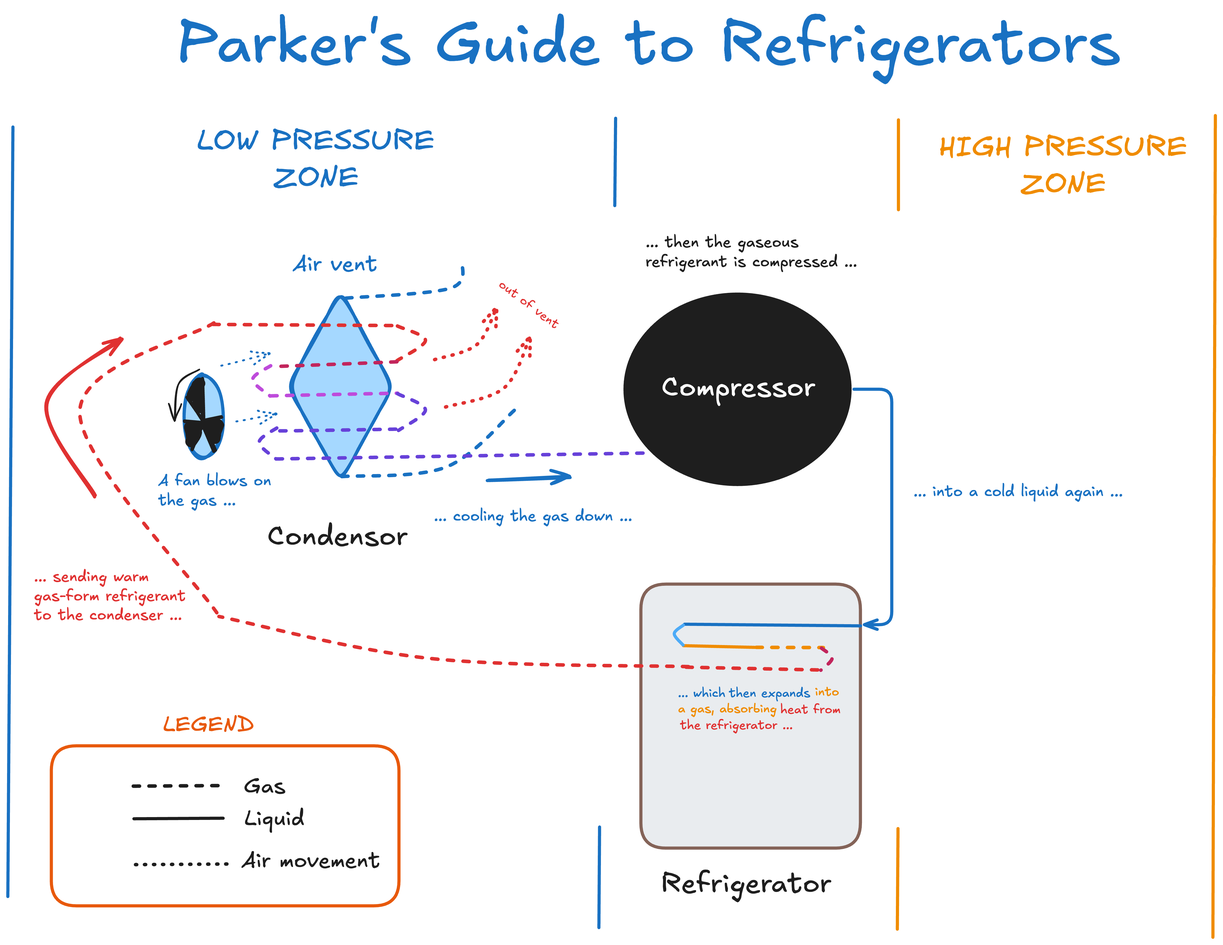
Earlier version of the Excalidraw export ship/src/entries/images/refrigerator-guide.png (Pixadus/pixadus.github.io). Source tidied: one line per element, renumbered; positions are measured from the earlier drawing's top-left corner, leaving out a move shared by most shapes. Source of this version:
```json
{"id": 0, "type": "rectangle", "strokeColor": "#e8590c", "strokeWidth": 4, "roughness": 0, "round": true, "x": 55, "y": 942, "width": 444, "height": 204}
{"id": 1, "type": "ellipse", "strokeColor": "#1e1e1e", "backgroundColor": "#1e1e1e", "fillStyle": "solid", "strokeWidth": 4, "roughness": 0, "round": true, "x": 787, "y": 366, "width": 287, "height": 243}
{"id": 2, "type": "text", "text": "Compressor", "strokeColor": "#ffffff", "strokeWidth": 4, "roughness": 1, "fontSize": 36, "fontFamily": 5, "x": 834, "y": 463, "width": 197, "height": 45}
{"id": 3, "type": "diamond", "strokeColor": "#1971c2", "backgroundColor": "#a5d8ff", "fillStyle": "solid", "strokeWidth": 4, "roughness": 1, "round": true, "x": 358, "y": 362, "width": 133, "height": 243}
{"id": 4, "type": "text", "text": "Air vent", "strokeColor": "#1971c2", "backgroundColor": "#a5d8ff", "fillStyle": "solid", "strokeWidth": 4, "roughness": 1, "fontSize": 28, "fontFamily": 5, "x": 363, "y": 311, "width": 108, "height": 35}
{"id": 5, "type": "line", "strokeColor": "#1971c2", "backgroundColor": "#a5d8ff", "fillStyle": "solid", "strokeWidth": 4, "strokeStyle": "dashed", "roughness": 1, "round": true, "x": 431, "y": 370, "width": 148, "height": 46, "points": [[0, 0], [134, -13], [148, -46]]}
{"id": 6, "type": "line", "strokeColor": "#1971c2", "backgroundColor": "#a5d8ff", "fillStyle": "solid", "strokeWidth": 4, "strokeStyle": "dashed", "roughness": 1, "round": true, "x": 425, "y": 598, "width": 221, "height": 86, "points": [[0, 0], [134, -13], [221, -86]]}
{"id": 7, "type": "line", "strokeColor": "#e03131", "backgroundColor": "#a5d8ff", "fillStyle": "solid", "strokeWidth": 4, "strokeStyle": "dashed", "roughness": 1, "round": true, "x": 261, "y": 404, "width": 235, "height": 2, "points": [[0, 0], [235, 2]]}
{"id": 8, "type": "line", "strokeColor": "#e03131", "backgroundColor": "#a5d8ff", "fillStyle": "solid", "strokeWidth": 4, "strokeStyle": "dashed", "roughness": 1, "round": true, "x": 497, "y": 405, "width": 35, "height": 46, "points": [[0, 0], [35, 20], [0, 46]]}
{"id": 9, "type": "line", "strokeColor": "#c2255c", "backgroundColor": "#a5d8ff", "fillStyle": "solid", "strokeWidth": 4, "strokeStyle": "dashed", "roughness": 1, "round": true, "x": 497, "y": 451, "width": 159, "height": 6, "points": [[0, 0], [-159, 6]]}
{"id": 10, "type": "line", "strokeColor": "#be4bdb", "backgroundColor": "#a5d8ff", "fillStyle": "solid", "strokeWidth": 4, "strokeStyle": "dashed", "roughness": 1, "round": true, "x": 335, "y": 496, "width": 164, "height": 4, "points": [[0, 0], [164, -4]]}
{"id": 11, "type": "line", "strokeColor": "#be4bdb", "backgroundColor": "#a5d8ff", "fillStyle": "solid", "strokeWidth": 4, "strokeStyle": "dashed", "roughness": 1, "round": true, "x": 336, "y": 458, "width": 23, "height": 39, "points": [[0, 0], [-23, 17], [-1, 39]]}
{"id": 12, "type": "line", "strokeColor": "#6741d9", "backgroundColor": "#a5d8ff", "fillStyle": "solid", "strokeWidth": 4, "strokeStyle": "dashed", "roughness": 1, "round": true, "x": 498, "y": 493, "width": 35, "height": 46, "points": [[0, 0], [35, 20], [0, 46]]}
{"id": 13, "type": "line", "strokeColor": "#6741d9", "backgroundColor": "#a5d8ff", "fillStyle": "solid", "strokeWidth": 4, "strokeStyle": "dashed", "roughness": 1, "round": true, "x": 343, "y": 538, "width": 23, "height": 39, "points": [[0, 0], [-23, 17], [-1, 39]]}
{"id": 14, "type": "line", "strokeColor": "#6741d9", "backgroundColor": "#a5d8ff", "fillStyle": "solid", "strokeWidth": 4, "strokeStyle": "dashed", "roughness": 1, "round": true, "x": 346, "y": 539, "width": 154, "height": 1, "points": [[0, 0], [154, -1]]}
{"id": 15, "type": "line", "strokeColor": "#6741d9", "backgroundColor": "#a5d8ff", "fillStyle": "solid", "strokeWidth": 4, "strokeStyle": "dashed", "roughness": 1, "round": true, "x": 342, "y": 576, "width": 473, "height": 8, "points": [[0, 0], [473, -8]]}
{"id": 16, "type": "line", "strokeColor": "#e03131", "backgroundColor": "#a5d8ff", "fillStyle": "solid", "strokeWidth": 4, "strokeStyle": "dashed", "roughness": 1, "round": true, "x": 263, "y": 401, "width": 175, "height": 370, "points": [[0, 0], [-171, 115], [4, 370]]}
{"id": 17, "type": "text", "text": "... cooling the gas down ...", "strokeColor": "#1971c2", "backgroundColor": "#a5d8ff", "fillStyle": "solid", "strokeWidth": 4, "roughness": 1, "fontSize": 20, "fontFamily": 5, "x": 544, "y": 637, "width": 253, "height": 25}
{"id": 18, "type": "arrow", "strokeColor": "#e03131", "backgroundColor": "#a5d8ff", "fillStyle": "solid", "strokeWidth": 4, "roughness": 1, "endArrowhead": "arrow", "round": true, "x": 111, "y": 623, "width": 94, "height": 202, "points": [[0, 0], [-60, -118], [34, -202]]}
{"id": 19, "type": "text", "text": "... sending warm\ngas-form refrigerant\nto the condenser ...", "strokeColor": "#e03131", "backgroundColor": "#a5d8ff", "fillStyle": "solid", "strokeWidth": 4, "roughness": 1, "fontSize": 19.64, "fontFamily": 5, "x": 33, "y": 715, "width": 194, "height": 74}
{"id": 20, "type": "text", "text": "... then the gaseous \nrefrigerant is compressed ...", "strokeColor": "#1e1e1e", "backgroundColor": "#a5d8ff", "fillStyle": "solid", "strokeWidth": 4, "roughness": 1, "fontSize": 20, "fontFamily": 5, "x": 814, "y": 287, "width": 270, "height": 50}
{"id": 21, "type": "arrow", "strokeColor": "#1971c2", "backgroundColor": "#a5d8ff", "fillStyle": "solid", "strokeWidth": 4, "roughness": 1, "endArrowhead": "arrow", "round": true, "x": 612, "y": 603, "width": 105, "height": 4, "points": [[0, 0], [105, -4]]}
{"id": 22, "type": "ellipse", "strokeColor": "#1971c2", "backgroundColor": "#a5d8ff", "fillStyle": "solid", "strokeWidth": 4, "roughness": 1, "round": true, "x": 224, "y": 469, "width": 50, "height": 105}
{"id": 23, "type": "line", "strokeColor": "#1e1e1e", "backgroundColor": "#a5d8ff", "fillStyle": "solid", "strokeWidth": 4, "roughness": 1, "round": true, "x": 248, "y": 528, "width": 1, "height": 53, "points": [[0, 0], [-1, -53]]}
{"id": 24, "type": "line", "strokeColor": "#1e1e1e", "backgroundColor": "#a5d8ff", "fillStyle": "solid", "strokeWidth": 4, "roughness": 1, "round": true, "x": 251, "y": 527, "width": 22, "height": 5, "points": [[0, 0], [22, -5]]}
{"id": 25, "type": "line", "strokeColor": "#1e1e1e", "backgroundColor": "#a5d8ff", "fillStyle": "solid", "strokeWidth": 4, "roughness": 1, "round": true, "x": 247, "y": 529, "width": 17, "height": 36, "points": [[0, 0], [17, 36]]}
{"id": 26, "type": "line", "strokeColor": "#1e1e1e", "backgroundColor": "#a5d8ff", "fillStyle": "solid", "strokeWidth": 4, "roughness": 1, "round": true, "x": 249, "y": 529, "width": 20, "height": 31, "points": [[0, 0], [-20, -31]]}
{"id": 27, "type": "line", "strokeColor": "#1e1e1e", "backgroundColor": "#a5d8ff", "fillStyle": "solid", "strokeWidth": 4, "roughness": 1, "round": true, "x": 247, "y": 529, "width": 22, "height": 1, "points": [[0, 0], [-22, -1]]}
{"id": 28, "type": "line", "strokeColor": "#1e1e1e", "backgroundColor": "#a5d8ff", "fillStyle": "solid", "strokeWidth": 4, "roughness": 1, "round": true, "x": 249, "y": 530, "width": 14, "height": 34, "points": [[0, 0], [-14, 34]]}
{"id": 29, "type": "freedraw", "strokeColor": "#1e1e1e", "backgroundColor": "#a5d8ff", "fillStyle": "solid", "strokeWidth": 2, "roughness": 1, "x": 260, "y": 532, "width": 15, "height": 19, "points": [[0, 0], [0, 2], [0, 5], [-2, 5], [-5, 1], [-6, 0], [-1, 2], [1, 6], [4, 11], [5, 14], [5, 14], [4, 15], [4, 16], [4, 17], [4, 18], [4, 18], [4, 13], [5, 10], [5, 8], [7, 5], [8, 1], [9, 0], [7, 0], [6, 0]]}
{"id": 30, "type": "freedraw", "strokeColor": "#1e1e1e", "backgroundColor": "#a5d8ff", "fillStyle": "solid", "strokeWidth": 2, "roughness": 1, "x": 244, "y": 509, "width": 8, "height": 34, "points": [[0, 0], [0, -4], [-1, -7], [-2, -13], [-2, -20], [-2, -21], [-1, -13], [-1, -3], [0, 2], [0, 4], [0, 0], [-1, -11], [-1, -19], [-1, -24], [-1, -25], [-1, -26], [-2, -25], [-3, -26], [-2, -27], [0, -28], [1, -29], [-3, -24], [-6, -19], [-7, -17], [-8, -14]]}
{"id": 31, "type": "freedraw", "strokeColor": "#1e1e1e", "backgroundColor": "#a5d8ff", "fillStyle": "solid", "strokeWidth": 2, "roughness": 1, "x": 241, "y": 536, "width": 12, "height": 20, "points": [[0, 0], [-2, 1], [-1, 1], [1, 0], [2, -1], [0, -2], [-4, -2], [-5, -2], [-7, -2], [-10, -1], [-10, -1], [-9, 2], [-8, 6], [-7, 8], [-7, 10], [-6, 13], [-6, 14], [-3, 9], [0, 6], [-1, 9], [-3, 12], [-4, 14], [-5, 15], [-6, 16], [-7, 18]]}
{"id": 32, "type": "arrow", "strokeColor": "#1e1e1e", "backgroundColor": "#a5d8ff", "fillStyle": "solid", "strokeWidth": 2, "roughness": 1, "endArrowhead": "arrow", "round": true, "from": 22, "to": 22, "x": 244, "y": 462, "width": 31, "height": 66, "points": [[0, 0], [-27, 19], [-31, 66]]}
{"id": 33, "type": "arrow", "strokeColor": "#1971c2", "backgroundColor": "#a5d8ff", "fillStyle": "solid", "strokeWidth": 2, "strokeStyle": "dotted", "roughness": 1, "endArrowhead": "arrow", "x": 272, "y": 457, "width": 63, "height": 16, "points": [[0, 0], [63, -16]]}
{"id": 34, "type": "arrow", "strokeColor": "#1971c2", "backgroundColor": "#a5d8ff", "fillStyle": "solid", "strokeWidth": 2, "strokeStyle": "dotted", "roughness": 1, "endArrowhead": "arrow", "x": 292, "y": 528, "width": 52, "height": 10, "points": [[0, 0], [52, -10]]}
{"id": 35, "type": "text", "text": "A fan blows on\nthe gas ...", "strokeColor": "#1971c2", "backgroundColor": "#a5d8ff", "fillStyle": "solid", "strokeWidth": 2, "strokeStyle": "dashed", "roughness": 1, "fontSize": 20, "fontFamily": 5, "x": 192, "y": 592, "width": 144, "height": 50}
{"id": 36, "type": "text", "text": "... into a cold liquid again ...", "strokeColor": "#1971c2", "backgroundColor": "#a5d8ff", "fillStyle": "solid", "strokeWidth": 4, "roughness": 0, "fontSize": 20, "fontFamily": 5, "x": 1155, "y": 606, "width": 268, "height": 25}
{"id": 37, "type": "line", "strokeColor": "#f08c00", "backgroundColor": "#a5d8ff", "fillStyle": "solid", "strokeWidth": 4, "roughness": 0, "round": true, "x": 1136, "y": 143, "width": 0, "height": 115, "points": [[0, 0], [0, 115]]}
{"id": 38, "type": "line", "strokeColor": "#f08c00", "backgroundColor": "#a5d8ff", "fillStyle": "solid", "strokeWidth": 4, "roughness": 0, "round": true, "x": 1541, "y": 138, "width": 3, "height": 1049, "points": [[0, 0], [-3, 1049]]}
{"id": 39, "type": "text", "text": "HIGH PRESSURE\nZONE", "strokeColor": "#f08c00", "backgroundColor": "#a5d8ff", "fillStyle": "solid", "strokeWidth": 4, "roughness": 0, "fontSize": 37.63, "fontFamily": 5, "textAlign": "center", "x": 1188, "y": 155, "width": 317, "height": 94}
{"id": 40, "type": "line", "strokeColor": "#f08c00", "backgroundColor": "#a5d8ff", "fillStyle": "solid", "strokeWidth": 4, "roughness": 0, "round": true, "x": 1136, "y": 1048, "width": 1, "height": 129, "points": [[0, 0], [-1, 129]]}
{"id": 41, "type": "rectangle", "strokeColor": "#846358", "backgroundColor": "#e9ecef", "fillStyle": "solid", "strokeWidth": 4, "roughness": 0, "round": true, "x": 808, "y": 736, "width": 280, "height": 337}
{"id": 42, "type": "text", "text": "Refrigerator", "strokeColor": "#1e1e1e", "backgroundColor": "#e9ecef", "fillStyle": "solid", "strokeWidth": 4, "roughness": 0, "fontSize": 36, "fontFamily": 5, "textAlign": "center", "x": 832, "y": 1097, "width": 220, "height": 45}
{"id": 43, "type": "arrow", "strokeColor": "#1971c2", "backgroundColor": "#e9ecef", "fillStyle": "solid", "strokeWidth": 4, "roughness": 0, "endArrowhead": "arrow", "from": 1, "to": 41, "x": 1080, "y": 487, "width": 48, "height": 301, "points": [[0, 0], [48, 0], [48, 301], [13, 301]]}
{"id": 44, "type": "arrow", "strokeColor": "#e03131", "backgroundColor": "#e9ecef", "fillStyle": "solid", "strokeWidth": 4, "strokeStyle": "dotted", "roughness": 0, "endArrowhead": "arrow", "round": true, "x": 545, "y": 449, "width": 79, "height": 67, "points": [[0, 0], [54, -19], [79, -67]]}
{"id": 45, "type": "arrow", "strokeColor": "#e03131", "backgroundColor": "#e9ecef", "fillStyle": "solid", "strokeWidth": 4, "strokeStyle": "dotted", "roughness": 0, "endArrowhead": "arrow", "round": true, "x": 559, "y": 510, "width": 108, "height": 90, "points": [[0, 0], [74, -24], [108, -90]]}
{"id": 46, "type": "text", "text": "out of vent", "strokeColor": "#e03131", "angle": 0.65, "backgroundColor": "#e9ecef", "fillStyle": "solid", "strokeWidth": 4, "strokeStyle": "dashed", "roughness": 0, "fontSize": 16, "fontFamily": 5, "textAlign": "center", "x": 619, "y": 369, "width": 92, "height": 20}
{"id": 47, "type": "line", "strokeColor": "#1971c2", "backgroundColor": "#e9ecef", "fillStyle": "solid", "strokeWidth": 4, "roughness": 0, "round": true, "x": 1088, "y": 789, "width": 225, "height": 2, "points": [[0, 0], [-225, -2]]}
{"id": 48, "type": "line", "strokeColor": "#e03131", "backgroundColor": "#e9ecef", "fillStyle": "solid", "strokeWidth": 4, "strokeStyle": "dashed", "roughness": 0, "round": true, "x": 1033, "y": 845, "width": 172, "height": 4, "points": [[0, 0], [-172, -4]]}
{"id": 49, "type": "line", "strokeColor": "#f08c00", "backgroundColor": "#e9ecef", "fillStyle": "solid", "strokeWidth": 4, "roughness": 0, "round": true, "x": 862, "y": 814, "width": 91, "height": 2, "points": [[0, 0], [91, 2]]}
{"id": 50, "type": "line", "strokeColor": "#f08c00", "backgroundColor": "#e9ecef", "fillStyle": "solid", "strokeWidth": 4, "strokeStyle": "dashed", "roughness": 0, "round": true, "x": 955, "y": 817, "width": 86, "height": 0, "points": [[0, 0], [86, 0]]}
{"id": 51, "type": "line", "strokeColor": "#c2255c", "backgroundColor": "#e9ecef", "fillStyle": "solid", "strokeWidth": 4, "strokeStyle": "dashed", "roughness": 0, "round": true, "x": 1038, "y": 818, "width": 14, "height": 28, "points": [[0, 0], [13, 13], [-1, 28]]}
{"id": 52, "type": "line", "strokeColor": "#4dabf7", "backgroundColor": "#e9ecef", "fillStyle": "solid", "strokeWidth": 4, "roughness": 0, "round": true, "x": 862, "y": 814, "width": 12, "height": 26, "points": [[0, 0], [-11, -15], [0, -26]]}
{"id": 53, "type": "line", "strokeColor": "#e03131", "backgroundColor": "#e9ecef", "fillStyle": "solid", "strokeWidth": 4, "strokeStyle": "dashed", "roughness": 0, "round": true, "x": 869, "y": 841, "width": 599, "height": 64, "points": [[0, 0], [-331, -11], [-599, -64]]}
{"id": 54, "type": "text", "text": "... which", "strokeColor": "#1971c2", "backgroundColor": "#e9ecef", "fillStyle": "solid", "strokeWidth": 1, "roughness": 0, "fontSize": 16, "fontFamily": 5, "textAlign": "center", "x": 855, "y": 866, "width": 61, "height": 20}
{"id": 55, "type": "text", "text": "then expands", "strokeColor": "#1971c2", "backgroundColor": "#e9ecef", "fillStyle": "solid", "strokeWidth": 1, "roughness": 0, "fontSize": 16, "fontFamily": 5, "x": 920, "y": 865, "width": 104, "height": 20}
{"id": 56, "type": "text", "text": "into", "strokeColor": "#f08c00", "backgroundColor": "#e9ecef", "fillStyle": "solid", "strokeWidth": 1, "roughness": 0, "fontSize": 16, "fontFamily": 5, "x": 1030, "y": 864, "width": 31, "height": 20}
{"id": 57, "type": "text", "text": "                    heat from\nthe refrigerator ...", "strokeColor": "#e03131", "backgroundColor": "#e9ecef", "fillStyle": "solid", "strokeWidth": 1, "roughness": 0, "fontSize": 16, "fontFamily": 5, "x": 858, "y": 887, "width": 333, "height": 40}
{"id": 58, "type": "text", "text": "Condensor", "strokeColor": "#1e1e1e", "backgroundColor": "#e9ecef", "fillStyle": "solid", "strokeWidth": 1, "strokeStyle": "dashed", "roughness": 0, "fontSize": 36, "fontFamily": 5, "x": 331, "y": 654, "width": 180, "height": 45}
{"id": 59, "type": "line", "strokeColor": "#1971c2", "backgroundColor": "#e9ecef", "fillStyle": "solid", "strokeWidth": 4, "roughness": 0, "round": true, "x": 775, "y": 141, "width": 1, "height": 112, "points": [[0, 0], [-1, 112]]}
{"id": 60, "type": "text", "text": "LOW PRESSURE\nZONE", "strokeColor": "#1971c2", "backgroundColor": "#a5d8ff", "fillStyle": "solid", "strokeWidth": 4, "roughness": 0, "fontSize": 37.63, "fontFamily": 5, "textAlign": "center", "x": 242, "y": 148, "width": 303, "height": 94}
{"id": 61, "type": "line", "strokeColor": "#1971c2", "backgroundColor": "#e9ecef", "fillStyle": "solid", "strokeWidth": 4, "roughness": 0, "round": true, "x": 6, "y": 152, "width": 6, "height": 983, "points": [[0, 0], [-6, 983]]}
{"id": 62, "type": "line", "strokeColor": "#1971c2", "backgroundColor": "#a5d8ff", "fillStyle": "solid", "strokeWidth": 4, "roughness": 0, "round": true, "x": 755, "y": 1046, "width": 1, "height": 129, "points": [[0, 0], [-1, 129]]}
{"id": 63, "type": "line", "strokeColor": "#1e1e1e", "backgroundColor": "#1e1e1e", "fillStyle": "solid", "strokeWidth": 4, "strokeStyle": "dashed", "roughness": 0, "round": true, "x": 160, "y": 994, "width": 114, "height": 1, "points": [[0, 0], [114, -1]]}
{"id": 64, "type": "text", "text": "Gas", "strokeColor": "#1e1e1e", "backgroundColor": "#1e1e1e", "fillStyle": "solid", "strokeWidth": 4, "strokeStyle": "dashed", "roughness": 0, "fontSize": 28, "fontFamily": 5, "x": 301, "y": 977, "width": 53, "height": 35}
{"id": 65, "type": "text", "text": "LEGEND", "strokeColor": "#e8590c", "backgroundColor": "#1e1e1e", "fillStyle": "solid", "strokeWidth": 4, "strokeStyle": "dashed", "roughness": 0, "fontSize": 28, "fontFamily": 5, "x": 198, "y": 899, "width": 116, "height": 35}
{"id": 66, "type": "line", "strokeColor": "#1e1e1e", "backgroundColor": "#1e1e1e", "fillStyle": "solid", "strokeWidth": 4, "roughness": 0, "round": true, "x": 161, "y": 1035, "width": 114, "height": 1, "points": [[0, 0], [114, -1]]}
{"id": 67, "type": "text", "text": "Liquid", "strokeColor": "#1e1e1e", "backgroundColor": "#1e1e1e", "fillStyle": "solid", "strokeWidth": 4, "strokeStyle": "dashed", "roughness": 0, "fontSize": 28, "fontFamily": 5, "x": 302, "y": 1019, "width": 76, "height": 35}
{"id": 68, "type": "line", "strokeColor": "#1e1e1e", "strokeWidth": 4, "strokeStyle": "dotted", "roughness": 0, "round": true, "x": 163, "y": 1094, "width": 119, "height": 1, "points": [[0, 0], [119, -1]]}
{"id": 69, "type": "text", "text": "Air movement", "strokeColor": "#1e1e1e", "strokeWidth": 4, "strokeStyle": "dotted", "roughness": 0, "fontSize": 28, "fontFamily": 5, "x": 298, "y": 1072, "width": 177, "height": 35}
{"id": 70, "type": "text", "text": "a gas, absorbing", "strokeColor": "#f08c00", "backgroundColor": "#e9ecef", "fillStyle": "solid", "strokeWidth": 1, "roughness": 0, "fontSize": 16, "fontFamily": 5, "x": 855, "y": 885, "width": 126, "height": 20}
{"id": 71, "type": "text", "text": "Parker's Guide to Refrigerators", "strokeColor": "#1971c2", "strokeWidth": 2, "strokeStyle": "dotted", "roughness": 1, "fontSize": 77.62, "fontFamily": 5, "x": 215, "y": 0, "width": 1208, "height": 97}
```
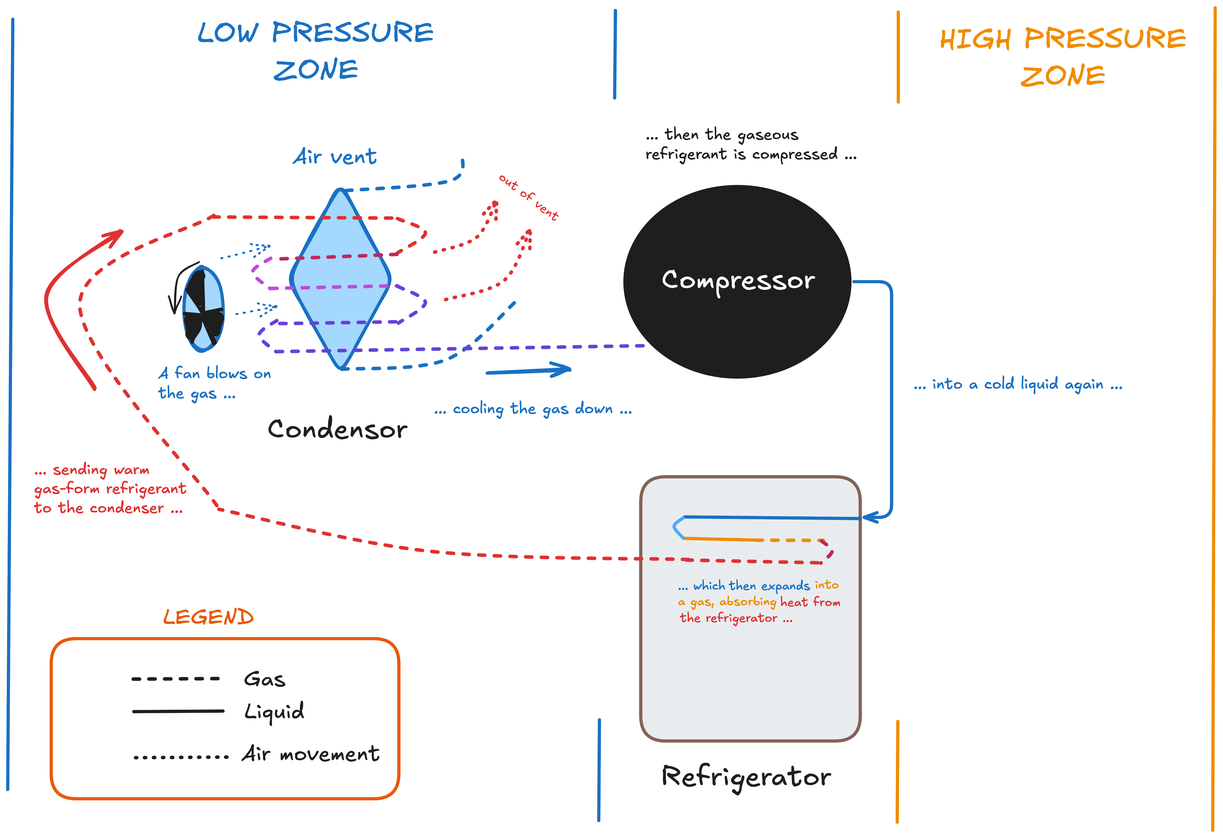
Above is the later version.

Change to the diagram source:
```diff
@@ -69,4 +69,3 @@
 {"id": 68, "type": "line", "strokeColor": "#1e1e1e", "strokeWidth": 4, "strokeStyle": "dotted", "roughness": 0, "round": true, "x": 163, "y": 1094, "width": 119, "height": 1, "points": [[0, 0], [119, -1]]}
 {"id": 69, "type": "text", "text": "Air movement", "strokeColor": "#1e1e1e", "strokeWidth": 4, "strokeStyle": "dotted", "roughness": 0, "fontSize": 28, "fontFamily": 5, "x": 298, "y": 1072, "width": 177, "height": 35}
 {"id": 70, "type": "text", "text": "a gas, absorbing", "strokeColor": "#f08c00", "backgroundColor": "#e9ecef", "fillStyle": "solid", "strokeWidth": 1, "roughness": 0, "fontSize": 16, "fontFamily": 5, "x": 855, "y": 885, "width": 126, "height": 20}
-{"id": 71, "type": "text", "text": "Parker's Guide to Refrigerators", "strokeColor": "#1971c2", "strokeWidth": 2, "strokeStyle": "dotted", "roughness": 1, "fontSize": 77.62, "fontFamily": 5, "x": 215, "y": 0, "width": 1208, "height": 97}
```
